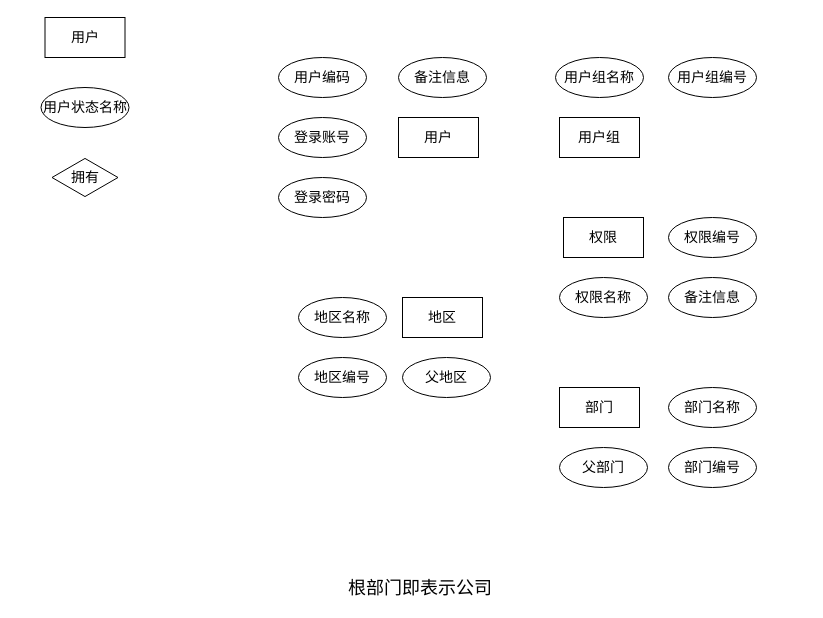
Earlier version of the draw.io diagram page "第 1 页" (1 of 2) of CDRS/DB-design.drawio (waterwatermelon/graph). Source tidied: cells renumbered, new cells numbered last; positions are measured from the earlier drawing's top-left corner, leaving out a move shared by most shapes. Both pictures are drawn from the tidied source at 100%, with x=0, y=0 at pixel (40, 17).
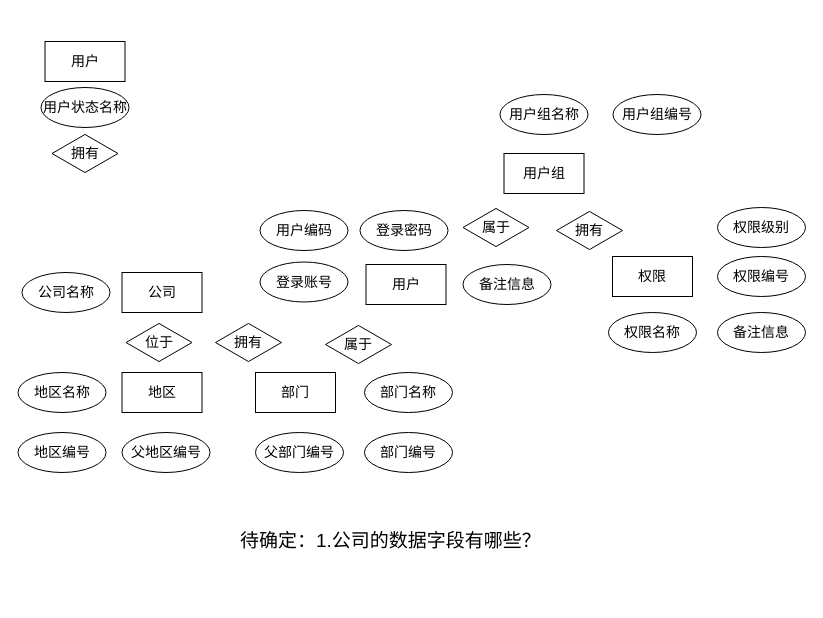
After the change.

Diff of the diagram source:
```diff
@@
     <mxCell id="2" value="拥有" style="html=1;whiteSpace=wrap;shape=isoRectangle;fontSize=14;" parent="1" vertex="1">
-      <mxGeometry x="11.5" y="140" width="66" height="40" as="geometry" />
+      <mxGeometry x="11.5" y="116" width="66" height="40" as="geometry" />
     </mxCell>
     <mxCell id="3" value="用户" style="rounded=0;whiteSpace=wrap;html=1;fontSize=14;" parent="1" vertex="1">
-      <mxGeometry x="4.5" width="80" height="40" as="geometry" />
+      <mxGeometry x="4.5" y="24" width="80" height="40" as="geometry" />
     </mxCell>
@@
     <mxCell id="5" value="用户" style="rounded=0;whiteSpace=wrap;html=1;fontSize=14;" parent="1" vertex="1">
-      <mxGeometry x="358" y="100" width="80" height="40" as="geometry" />
+      <mxGeometry x="325.5" y="247" width="80" height="40" as="geometry" />
     </mxCell>
     <mxCell id="6" value="用户编码" style="ellipse;whiteSpace=wrap;html=1;fontSize=14;" parent="1" vertex="1">
-      <mxGeometry x="238" y="40" width="88" height="40" as="geometry" />
+      <mxGeometry x="219.5" y="193" width="88" height="40" as="geometry" />
     </mxCell>
     <mxCell id="7" value="登录账号" style="ellipse;whiteSpace=wrap;html=1;fontSize=14;" parent="1" vertex="1">
-      <mxGeometry x="238" y="100" width="88" height="40" as="geometry" />
+      <mxGeometry x="219.5" y="244.5" width="88" height="40" as="geometry" />
     </mxCell>
     <mxCell id="8" value="登录密码" style="ellipse;whiteSpace=wrap;html=1;fontSize=14;" parent="1" vertex="1">
-      <mxGeometry x="238" y="160" width="88" height="40" as="geometry" />
+      <mxGeometry x="319.5" y="193" width="88" height="40" as="geometry" />
     </mxCell>
     <mxCell id="9" value="用户组" style="rounded=0;whiteSpace=wrap;html=1;fontSize=14;" parent="1" vertex="1">
-      <mxGeometry x="519" y="100" width="80" height="40" as="geometry" />
+      <mxGeometry x="463.5" y="136" width="80" height="40" as="geometry" />
     </mxCell>
     <mxCell id="10" value="用户组名称" style="ellipse;whiteSpace=wrap;html=1;fontSize=14;" parent="1" vertex="1">
-      <mxGeometry x="515" y="40" width="88" height="40" as="geometry" />
+      <mxGeometry x="459.5" y="77" width="88" height="40" as="geometry" />
     </mxCell>
     <mxCell id="11" value="权限" style="rounded=0;whiteSpace=wrap;html=1;fontSize=14;" parent="1" vertex="1">
-      <mxGeometry x="523" y="200" width="80" height="40" as="geometry" />
+      <mxGeometry x="572" y="239" width="80" height="40" as="geometry" />
     </mxCell>
     <mxCell id="12" value="备注信息" style="ellipse;whiteSpace=wrap;html=1;fontSize=14;" parent="1" vertex="1">
-      <mxGeometry x="358" y="40" width="88" height="40" as="geometry" />
+      <mxGeometry x="422.5" y="247" width="88" height="40" as="geometry" />
     </mxCell>
     <mxCell id="13" value="权限名称" style="ellipse;whiteSpace=wrap;html=1;fontSize=14;" parent="1" vertex="1">
-      <mxGeometry x="519" y="260" width="88" height="40" as="geometry" />
+      <mxGeometry x="568" y="295" width="88" height="40" as="geometry" />
     </mxCell>
     <mxCell id="14" value="用户组编号" style="ellipse;whiteSpace=wrap;html=1;fontSize=14;" parent="1" vertex="1">
-      <mxGeometry x="628" y="40" width="88" height="40" as="geometry" />
+      <mxGeometry x="572.5" y="77" width="88" height="40" as="geometry" />
     </mxCell>
     <mxCell id="15" value="权限编号" style="ellipse;whiteSpace=wrap;html=1;fontSize=14;" parent="1" vertex="1">
-      <mxGeometry x="628" y="200" width="88" height="40" as="geometry" />
+      <mxGeometry x="677" y="239" width="88" height="40" as="geometry" />
     </mxCell>
     <mxCell id="16" value="备注信息" style="ellipse;whiteSpace=wrap;html=1;fontSize=14;" parent="1" vertex="1">
-      <mxGeometry x="628" y="260" width="88" height="40" as="geometry" />
+      <mxGeometry x="677" y="295" width="88" height="40" as="geometry" />
     </mxCell>
     <mxCell id="17" value="地区" style="rounded=0;whiteSpace=wrap;html=1;fontSize=14;" parent="1" vertex="1">
-      <mxGeometry x="362" y="280" width="80" height="40" as="geometry" />
+      <mxGeometry x="81.5" y="355" width="80" height="40" as="geometry" />
     </mxCell>
     <mxCell id="18" value="地区名称" style="ellipse;whiteSpace=wrap;html=1;fontSize=14;" parent="1" vertex="1">
-      <mxGeometry x="258" y="280" width="88" height="40" as="geometry" />
+      <mxGeometry x="-22.5" y="355" width="88" height="40" as="geometry" />
     </mxCell>
     <mxCell id="19" value="地区编号" style="ellipse;whiteSpace=wrap;html=1;fontSize=14;" parent="1" vertex="1">
-      <mxGeometry x="258" y="340" width="88" height="40" as="geometry" />
+      <mxGeometry x="-22.5" y="415" width="88" height="40" as="geometry" />
     </mxCell>
     <mxCell id="20" value="部门" style="rounded=0;whiteSpace=wrap;html=1;fontSize=14;" parent="1" vertex="1">
-      <mxGeometry x="519" y="370" width="80" height="40" as="geometry" />
+      <mxGeometry x="215" y="355" width="80" height="40" as="geometry" />
     </mxCell>
     <mxCell id="21" value="部门名称" style="ellipse;whiteSpace=wrap;html=1;fontSize=14;" parent="1" vertex="1">
-      <mxGeometry x="628" y="370" width="88" height="40" as="geometry" />
+      <mxGeometry x="324" y="355" width="88" height="40" as="geometry" />
     </mxCell>
     <mxCell id="22" value="部门编号" style="ellipse;whiteSpace=wrap;html=1;fontSize=14;" parent="1" vertex="1">
-      <mxGeometry x="628" y="430" width="88" height="40" as="geometry" />
+      <mxGeometry x="324" y="415" width="88" height="40" as="geometry" />
     </mxCell>
-    <mxCell id="23" value="父部门" style="ellipse;whiteSpace=wrap;html=1;fontSize=14;" parent="1" vertex="1">
-      <mxGeometry x="519" y="430" width="88" height="40" as="geometry" />
+    <mxCell id="23" value="父部门编号" style="ellipse;whiteSpace=wrap;html=1;fontSize=14;" parent="1" vertex="1">
+      <mxGeometry x="215" y="415" width="88" height="40" as="geometry" />
     </mxCell>
-    <mxCell id="24" value="父地区" style="ellipse;whiteSpace=wrap;html=1;fontSize=14;" parent="1" vertex="1">
-      <mxGeometry x="362" y="340" width="88" height="40" as="geometry" />
+    <mxCell id="24" value="父地区编号" style="ellipse;whiteSpace=wrap;html=1;fontSize=14;" parent="1" vertex="1">
+      <mxGeometry x="81.5" y="415" width="88" height="40" as="geometry" />
     </mxCell>
-    <mxCell id="25" value="&lt;span style=&quot;font-size: 18px&quot;&gt;根部门即表示公司&lt;/span&gt;" style="text;html=1;align=left;verticalAlign=top;spacingTop=-4;" parent="1" vertex="1">
-      <mxGeometry x="306" y="558" width="160" height="20" as="geometry" />
+    <mxCell id="25" value="&lt;font style=&quot;font-size: 19px&quot;&gt;待确定：1.公司的数据字段有哪些？&lt;/font&gt;" style="text;html=1;align=left;verticalAlign=top;spacingTop=-4;" parent="1" vertex="1">
+      <mxGeometry x="198" y="510" width="320" height="20" as="geometry" />
     </mxCell>
+    <mxCell id="26" value="公司" style="rounded=0;whiteSpace=wrap;html=1;fontSize=14;" parent="1" vertex="1">
+      <mxGeometry x="81.5" y="255" width="80" height="40" as="geometry" />
+    </mxCell>
+    <mxCell id="27" value="公司名称" style="ellipse;whiteSpace=wrap;html=1;fontSize=14;" parent="1" vertex="1">
+      <mxGeometry x="-18.5" y="255" width="88" height="40" as="geometry" />
+    </mxCell>
+    <mxCell id="28" value="位于" style="html=1;whiteSpace=wrap;shape=isoRectangle;fontSize=14;" parent="1" vertex="1">
+      <mxGeometry x="85.5" y="305" width="66" height="40" as="geometry" />
+    </mxCell>
+    <mxCell id="29" value="拥有" style="html=1;whiteSpace=wrap;shape=isoRectangle;fontSize=14;" parent="1" vertex="1">
+      <mxGeometry x="175" y="305" width="66" height="40" as="geometry" />
+    </mxCell>
+    <mxCell id="30" value="属于" style="html=1;whiteSpace=wrap;shape=isoRectangle;fontSize=14;" parent="1" vertex="1">
+      <mxGeometry x="285" y="307" width="66" height="40" as="geometry" />
+    </mxCell>
+    <mxCell id="31" value="属于" style="html=1;whiteSpace=wrap;shape=isoRectangle;fontSize=14;" parent="1" vertex="1">
+      <mxGeometry x="422.5" y="190" width="66" height="40" as="geometry" />
+    </mxCell>
+    <mxCell id="32" value="拥有" style="html=1;whiteSpace=wrap;shape=isoRectangle;fontSize=14;" parent="1" vertex="1">
+      <mxGeometry x="516" y="193" width="66" height="40" as="geometry" />
+    </mxCell>
+    <mxCell id="33" value="权限级别" style="ellipse;whiteSpace=wrap;html=1;fontSize=14;" parent="1" vertex="1">
+      <mxGeometry x="677" y="190" width="88" height="40" as="geometry" />
+    </mxCell>
```
